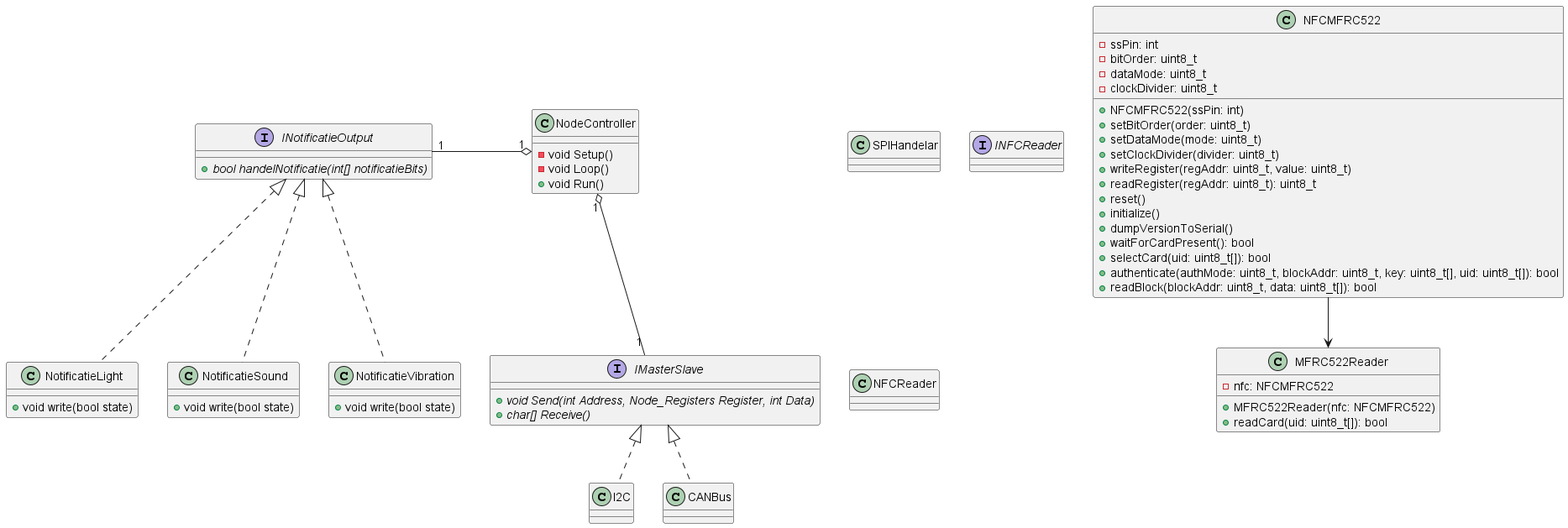
This is Designs/Arduino nano/Classdiagram.png from T3-FindIt/FindIt, a PlantUML export, as it was before one commit.
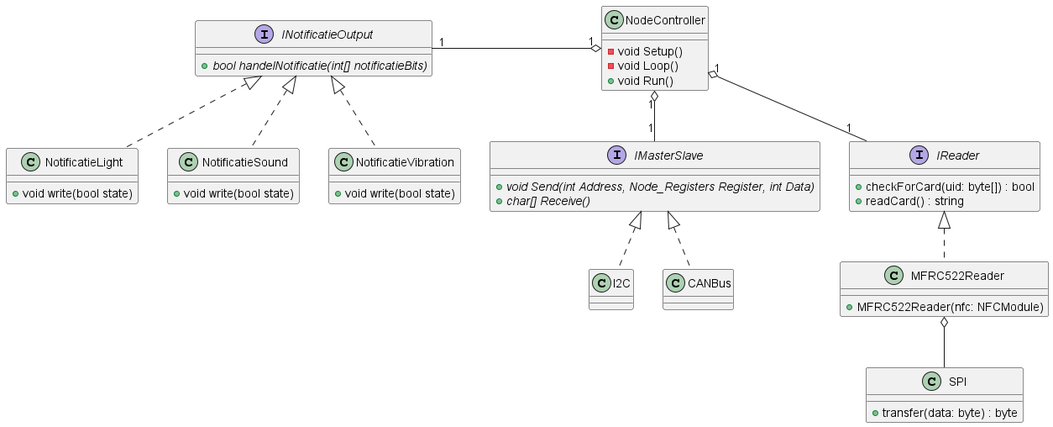
After the commit.

What changed in the source:
```diff
@@ -5,21 +5,6 @@
     {method} - void Setup()
     {method} - void Loop()
     {method} + void Run()
-}
-
-class SPIHandelar
-{
-
-}
-
-Interface INFCReader
-{
-
-}
-
-class NFCReader
-{
-
 }
 
 Interface IMasterSlave
@@ -48,6 +33,7 @@
 
 NodeController "1" o-left- "1" INotificatieOutput
 NodeController "1" o-- "1" IMasterSlave
+NodeController "1" o-- "1" IReader
 
 INotificatieOutput <|.. NotificatieLight
 INotificatieOutput <|.. NotificatieSound
@@ -56,34 +42,23 @@
 IMasterSlave <|.. I2C
 IMasterSlave <|.. CANBus
 
-class NFCMFRC522 {
-    -ssPin: int
-    -bitOrder: uint8_t
-    -dataMode: uint8_t
-    -clockDivider: uint8_t
 
-    +NFCMFRC522(ssPin: int)
-    +setBitOrder(order: uint8_t)
-    +setDataMode(mode: uint8_t)
-    +setClockDivider(divider: uint8_t)
-    +writeRegister(regAddr: uint8_t, value: uint8_t)
-    +readRegister(regAddr: uint8_t): uint8_t
-    +reset()
-    +initialize()
-    +dumpVersionToSerial()
-    +waitForCardPresent(): bool
-    +selectCard(uid: uint8_t[]): bool
-    +authenticate(authMode: uint8_t, blockAddr: uint8_t, key: uint8_t[], uid: uint8_t[]): bool
-    +readBlock(blockAddr: uint8_t, data: uint8_t[]): bool
+class SPI {
+    +transfer(data: byte) : byte
+}
+
+
+
+interface IReader {
+    +checkForCard(uid: byte[]) : bool
+    +readCard() : string
 }
 
 class MFRC522Reader {
-    -nfc: NFCMFRC522
-
-    +MFRC522Reader(nfc: NFCMFRC522)
-    +readCard(uid: uint8_t[]): bool
+    +MFRC522Reader(nfc: NFCModule)
 }
 
-NFCMFRC522 --> MFRC522Reader
+IReader <|.. MFRC522Reader
+MFRC522Reader o-- SPI
 
 @enduml
```
